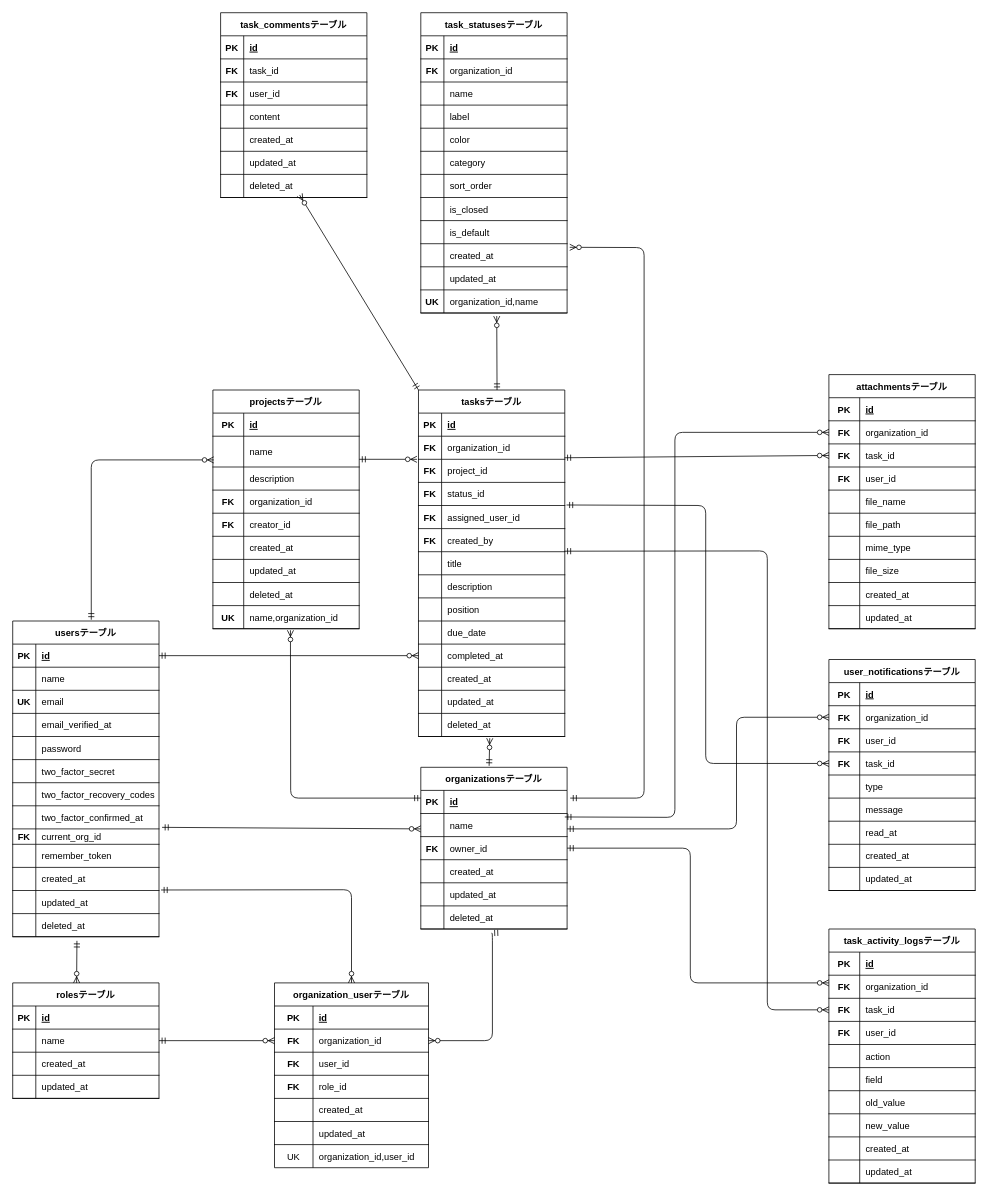
Above: docs/er-diagram.drawio in chiemi123/teamflow-backend (draw.io), before the change. Source tidied: cells renumbered, new cells numbered last; positions are measured from the earlier drawing's top-left corner, leaving out a move shared by most shapes. Both pictures are drawn from the tidied source at 77%, with x=0, y=0 at pixel (12, 12).
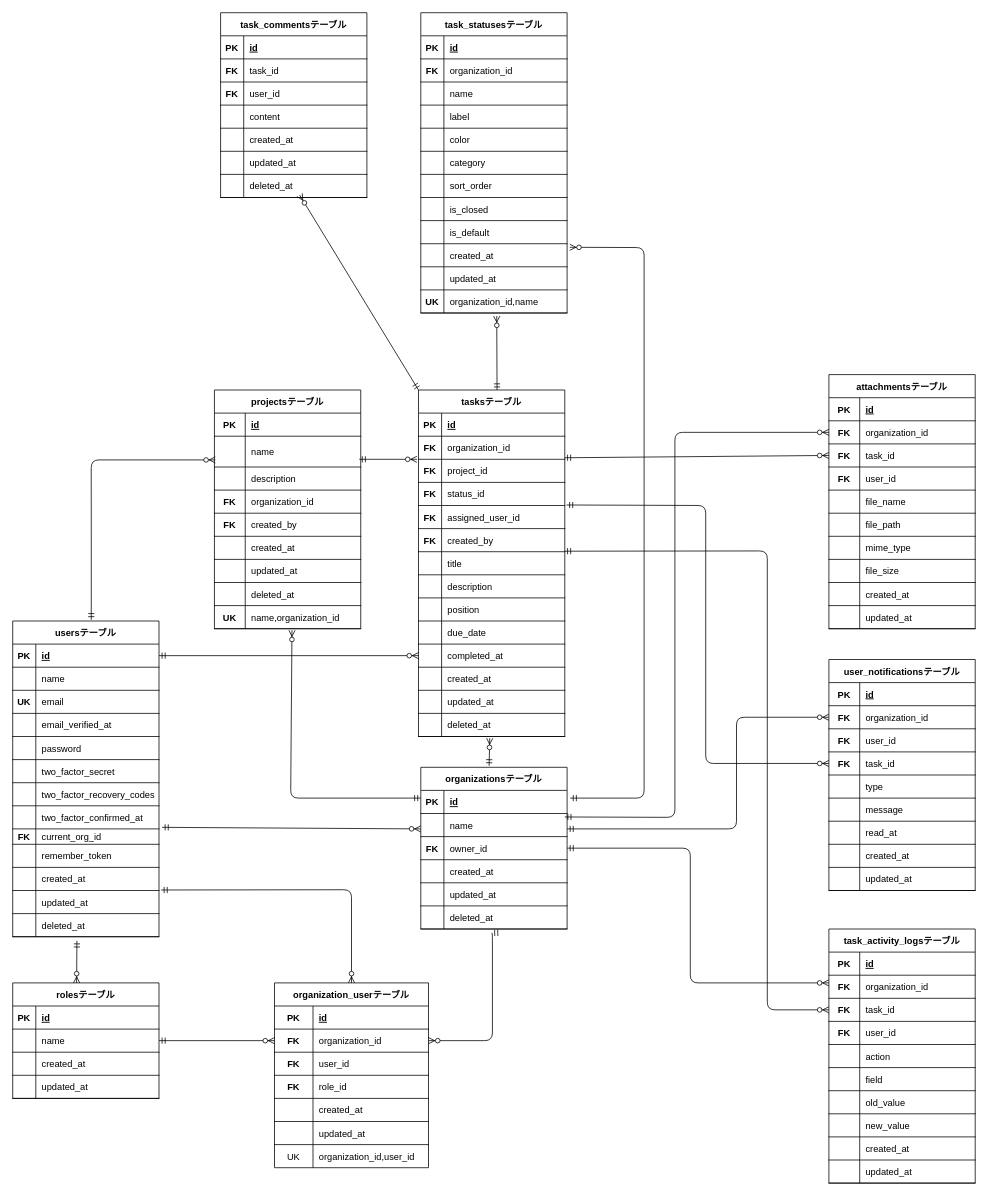
Above is the later version.

The change refers to these unchanged cells:
```xml
<mxCell id="68" style="shape=tableRow;horizontal=0;startSize=0;swimlaneHead=0;swimlaneBody=0;fillColor=none;top=0;left=0;right=0;bottom=1;" parent="55" vertex="1">
  <mxGeometry y="160" width="190" height="30" as="geometry" />
</mxCell>
```

Change to the diagram source:
```diff
@@
     <mxCell id="55" value="projectsテーブル" style="shape=table;startSize=30;childLayout=tableLayout;rowLines=0;fontStyle=1;align=center;" parent="1" vertex="1">
-      <mxGeometry x="260" y="490" width="190" height="310" as="geometry" />
+      <mxGeometry x="262" y="490" width="190" height="310" as="geometry" />
     </mxCell>
@@
-    <mxCell id="70" value="creator_id" style="shape=partialRectangle;fillColor=none;top=0;left=0;bottom=0;right=0;align=left;spacingLeft=6;fontStyle=0;overflow=hidden;" parent="68" vertex="1">
+    <mxCell id="70" value="created_by" style="shape=partialRectangle;fillColor=none;top=0;left=0;bottom=0;right=0;align=left;spacingLeft=6;fontStyle=0;overflow=hidden;" parent="68" vertex="1">
       <mxGeometry x="40" width="150" height="30" as="geometry" />
     </mxCell>
```
